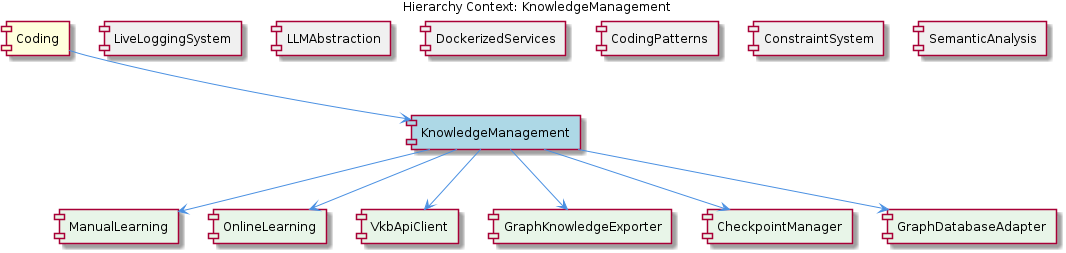
fwornle/coding keeps this PlantUML diagram as knowledge-management/insights/images/knowledge-management-relationship.png. Above is the earlier version. Its source is kept beside it as .data/knowledge-graph/insights/puml/knowledge-management-relationship.puml.
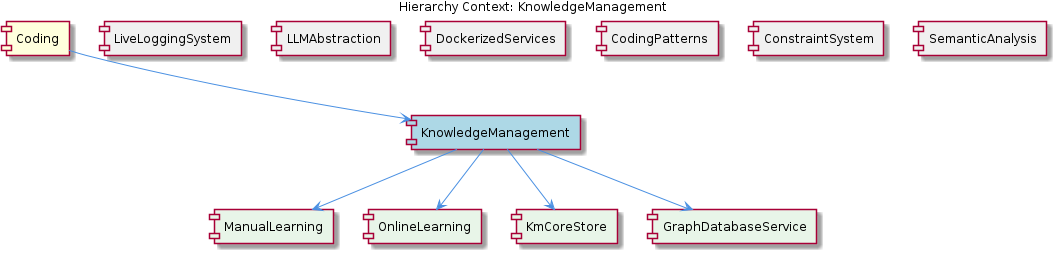
Above is the later version.

Change to the diagram source:
```diff
@@ -13,10 +13,8 @@
 [SemanticAnalysis] as semantic_analysis #F0F0F0
 [ManualLearning] as manual_learning #E8F5E8
 [OnlineLearning] as online_learning #E8F5E8
-[VkbApiClient] as vkb_api_client #E8F5E8
-[GraphKnowledgeExporter] as graph_knowledge_exporter #E8F5E8
-[CheckpointManager] as checkpoint_manager #E8F5E8
-[GraphDatabaseAdapter] as graph_database_adapter #E8F5E8
+[KmCoreStore] as km_core_store #E8F5E8
+[GraphDatabaseService] as graph_database_service #E8F5E8
 
 coding --> knowledge_management
 live_logging_system -[hidden]- knowledge_management
@@ -27,9 +25,7 @@
 semantic_analysis -[hidden]- knowledge_management
 knowledge_management --> manual_learning
 knowledge_management --> online_learning
-knowledge_management --> vkb_api_client
-knowledge_management --> graph_knowledge_exporter
-knowledge_management --> checkpoint_manager
-knowledge_management --> graph_database_adapter
+knowledge_management --> km_core_store
+knowledge_management --> graph_database_service
 
 @enduml
```
